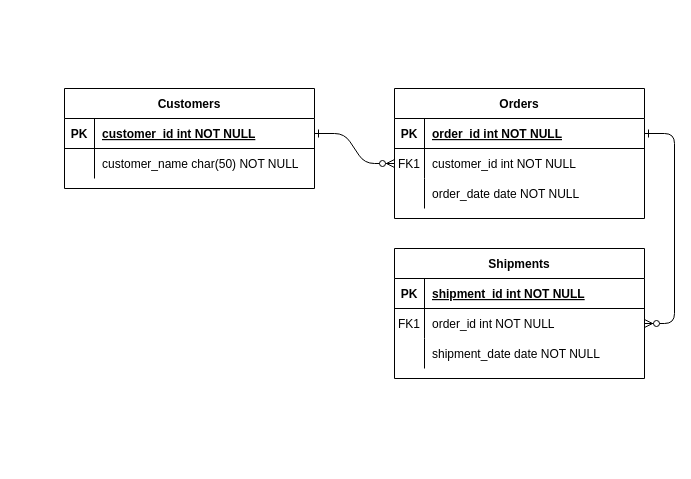
The draw.io diagram Untitled Diagram.drawio in qksl22/Java, before the edit. Source tidied: cells renumbered, new cells numbered last; positions are measured from the earlier drawing's top-left corner, leaving out a move shared by most shapes. Both pictures are drawn from the tidied source at 100%, with x=0, y=0 at pixel (64, 88).
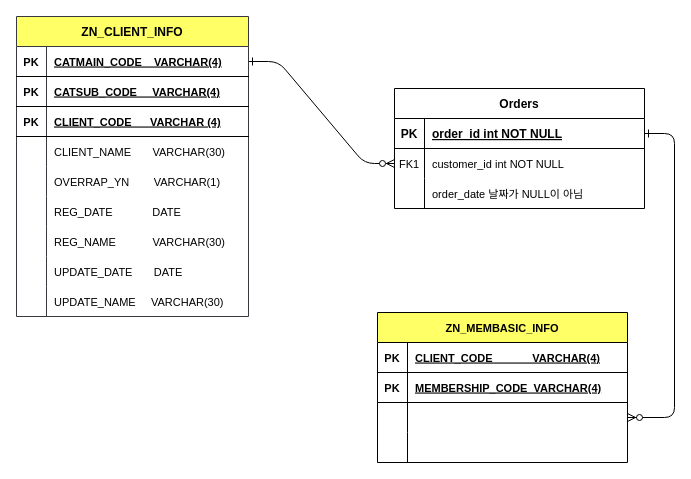
After the change.

The change refers to these unchanged cells:
```xml
<mxCell id="5" style="shape=partialRectangle;fillColor=none;points=[[0,0.5],[1,0.5]];portConstraint=eastwest;top=0;left=0;right=0;bottom=1;" parent="4" vertex="1">
  <mxGeometry y="30" width="250" height="30" as="geometry" />
</mxCell>
```

The edit, as a diff of the source:
```diff
@@
-    <mxCell id="2" style="edgeStyle=entityRelationEdgeStyle;endArrow=ERzeroToMany;startArrow=ERone;endFill=1;startFill=0;" parent="1" edge="1" source="25" target="8">
+    <mxCell id="2" style="edgeStyle=entityRelationEdgeStyle;endArrow=ERzeroToMany;startArrow=ERone;endFill=1;startFill=0;fontSize=11;" parent="1" edge="1" source="25" target="8">
       <mxGeometry relative="1" as="geometry" />
     </mxCell>
-    <mxCell id="3" style="edgeStyle=entityRelationEdgeStyle;endArrow=ERzeroToMany;startArrow=ERone;endFill=1;startFill=0;" parent="1" edge="1" source="5" target="18">
+    <mxCell id="3" style="edgeStyle=entityRelationEdgeStyle;endArrow=ERzeroToMany;startArrow=ERone;endFill=1;startFill=0;fontSize=11;" parent="1" edge="1" source="5" target="18">
       <mxGeometry relative="1" as="geometry" />
     </mxCell>
     <mxCell id="4" value="Orders" style="shape=table;startSize=30;childLayout=tableLayout;rowLines=0;fontStyle=1;align=center;" parent="1" vertex="1">
-      <mxGeometry x="330" width="250" height="130" as="geometry" />
+      <mxGeometry x="330" width="250" height="120" as="geometry" />
     </mxCell>
@@
-    <mxCell id="8" style="shape=partialRectangle;fillColor=none;points=[[0,0.5],[1,0.5]];portConstraint=eastwest;top=0;left=0;right=0;bottom=0;" parent="4" vertex="1">
+    <mxCell id="8" style="shape=partialRectangle;fillColor=none;points=[[0,0.5],[1,0.5]];portConstraint=eastwest;top=0;left=0;right=0;bottom=0;fontSize=11;" parent="4" vertex="1">
       <mxGeometry y="60" width="250" height="30" as="geometry" />
     </mxCell>
-    <mxCell id="9" value="FK1" style="shape=partialRectangle;overflow=hidden;fillColor=none;top=0;left=0;bottom=0;right=0;" parent="8" vertex="1">
+    <mxCell id="9" value="FK1" style="shape=partialRectangle;overflow=hidden;fillColor=none;top=0;left=0;bottom=0;right=0;fontSize=11;" parent="8" vertex="1">
       <mxGeometry width="30" height="30" as="geometry" />
     </mxCell>
-    <mxCell id="10" value="customer_id int NOT NULL" style="shape=partialRectangle;overflow=hidden;fillColor=none;top=0;left=0;bottom=0;right=0;align=left;spacingLeft=6;" parent="8" vertex="1">
+    <mxCell id="10" value="customer_id int NOT NULL" style="shape=partialRectangle;overflow=hidden;fillColor=none;top=0;left=0;bottom=0;right=0;align=left;spacingLeft=6;fontSize=11;" parent="8" vertex="1">
       <mxGeometry x="30" width="220" height="30" as="geometry" />
     </mxCell>
-    <mxCell id="11" style="shape=partialRectangle;fillColor=none;top=0;left=0;right=0;bottom=0;" parent="4" vertex="1">
+    <mxCell id="11" style="shape=partialRectangle;fillColor=none;top=0;left=0;right=0;bottom=0;fontSize=11;" parent="4" vertex="1">
       <mxGeometry y="90" width="250" height="30" as="geometry" />
     </mxCell>
-    <mxCell id="12" style="shape=partialRectangle;overflow=hidden;fillColor=none;top=0;left=0;bottom=0;right=0;" parent="11" vertex="1">
+    <mxCell id="12" style="shape=partialRectangle;overflow=hidden;fillColor=none;top=0;left=0;bottom=0;right=0;fontSize=11;" parent="11" vertex="1">
       <mxGeometry width="30" height="30" as="geometry" />
     </mxCell>
-    <mxCell id="13" value="order_date date NOT NULL" style="shape=partialRectangle;overflow=hidden;fillColor=none;top=0;left=0;bottom=0;right=0;align=left;spacingLeft=6;" parent="11" vertex="1">
+    <mxCell id="13" value="order_date 날짜가 NULL이 아님" style="shape=partialRectangle;overflow=hidden;fillColor=none;top=0;left=0;bottom=0;right=0;align=left;spacingLeft=6;fontSize=11;" parent="11" vertex="1">
       <mxGeometry x="30" width="220" height="30" as="geometry" />
     </mxCell>
-    <mxCell id="14" value="Shipments" style="shape=table;startSize=30;childLayout=tableLayout;rowLines=0;fontStyle=1;align=center;" parent="1" vertex="1">
-      <mxGeometry x="330" y="160" width="250" height="130" as="geometry" />
+    <mxCell id="14" value="ZN_MEMBASIC_INFO" style="shape=table;startSize=30;childLayout=tableLayout;rowLines=0;fontStyle=1;align=center;fontSize=11;fillColor=#FFFF66;" parent="1" vertex="1">
+      <mxGeometry x="313" y="224" width="250" height="150" as="geometry" />
     </mxCell>
-    <mxCell id="15" style="shape=partialRectangle;fillColor=none;top=0;left=0;right=0;bottom=1;" parent="14" vertex="1">
+    <mxCell id="15" style="shape=partialRectangle;fillColor=none;top=0;left=0;right=0;bottom=1;fontSize=11;" parent="14" vertex="1">
       <mxGeometry y="30" width="250" height="30" as="geometry" />
     </mxCell>
-    <mxCell id="16" value="PK" style="shape=partialRectangle;overflow=hidden;fillColor=none;top=0;left=0;bottom=0;right=0;fontStyle=1;" parent="15" vertex="1">
+    <mxCell id="16" value="PK" style="shape=partialRectangle;overflow=hidden;fillColor=none;top=0;left=0;bottom=0;right=0;fontStyle=1;fontSize=11;" parent="15" vertex="1">
       <mxGeometry width="30" height="30" as="geometry" />
     </mxCell>
-    <mxCell id="17" value="shipment_id int NOT NULL " style="shape=partialRectangle;overflow=hidden;fillColor=none;top=0;left=0;bottom=0;right=0;align=left;spacingLeft=6;fontStyle=5;" parent="15" vertex="1">
+    <mxCell id="17" value="CLIENT_CODE             VARCHAR(4)" style="shape=partialRectangle;overflow=hidden;fillColor=none;top=0;left=0;bottom=0;right=0;align=left;spacingLeft=6;fontStyle=5;fontSize=11;" parent="15" vertex="1">
       <mxGeometry x="30" width="220" height="30" as="geometry" />
     </mxCell>
+    <mxCell id="31" style="shape=partialRectangle;fillColor=none;top=0;left=0;right=0;bottom=1;fontSize=11;" parent="14" vertex="1">
+      <mxGeometry y="60" width="250" height="30" as="geometry" />
+    </mxCell>
+    <mxCell id="32" value="PK" style="shape=partialRectangle;overflow=hidden;fillColor=none;top=0;left=0;bottom=0;right=0;fontStyle=1;fontSize=11;" parent="31" vertex="1">
+      <mxGeometry width="30" height="30" as="geometry" />
+    </mxCell>
+    <mxCell id="33" value="MEMBERSHIP_CODE  VARCHAR(4)" style="shape=partialRectangle;overflow=hidden;fillColor=none;top=0;left=0;bottom=0;right=0;align=left;spacingLeft=6;fontStyle=5;fontSize=11;" parent="31" vertex="1">
+      <mxGeometry x="30" width="220" height="30" as="geometry" />
+    </mxCell>
-    <mxCell id="18" style="shape=partialRectangle;fillColor=none;points=[[0,0.5],[1,0.5]];portConstraint=eastwest;top=0;left=0;right=0;bottom=0;" parent="14" vertex="1">
-      <mxGeometry y="60" width="250" height="30" as="geometry" />
+    <mxCell id="18" style="shape=partialRectangle;fillColor=none;points=[[0,0.5],[1,0.5]];portConstraint=eastwest;top=0;left=0;right=0;bottom=0;fontSize=11;" parent="14" vertex="1">
+      <mxGeometry y="90" width="250" height="30" as="geometry" />
     </mxCell>
-    <mxCell id="19" value="FK1" style="shape=partialRectangle;overflow=hidden;fillColor=none;top=0;left=0;bottom=0;right=0;" parent="18" vertex="1">
+    <mxCell id="19" style="shape=partialRectangle;overflow=hidden;fillColor=none;top=0;left=0;bottom=0;right=0;fontSize=11;" parent="18" vertex="1">
       <mxGeometry width="30" height="30" as="geometry" />
     </mxCell>
-    <mxCell id="20" value="order_id int NOT NULL" style="shape=partialRectangle;overflow=hidden;fillColor=none;top=0;left=0;bottom=0;right=0;align=left;spacingLeft=6;" parent="18" vertex="1">
+    <mxCell id="20" style="shape=partialRectangle;overflow=hidden;fillColor=none;top=0;left=0;bottom=0;right=0;align=left;spacingLeft=6;fontSize=11;" parent="18" vertex="1">
       <mxGeometry x="30" width="220" height="30" as="geometry" />
     </mxCell>
-    <mxCell id="21" style="shape=partialRectangle;fillColor=none;top=0;left=0;right=0;bottom=0;" parent="14" vertex="1">
-      <mxGeometry y="90" width="250" height="30" as="geometry" />
+    <mxCell id="21" style="shape=partialRectangle;fillColor=none;top=0;left=0;right=0;bottom=0;fontSize=11;" parent="14" vertex="1">
+      <mxGeometry y="120" width="250" height="30" as="geometry" />
     </mxCell>
-    <mxCell id="22" style="shape=partialRectangle;overflow=hidden;fillColor=none;top=0;left=0;bottom=0;right=0;" parent="21" vertex="1">
+    <mxCell id="22" style="shape=partialRectangle;overflow=hidden;fillColor=none;top=0;left=0;bottom=0;right=0;fontSize=11;" parent="21" vertex="1">
       <mxGeometry width="30" height="30" as="geometry" />
     </mxCell>
-    <mxCell id="23" value="shipment_date date NOT NULL" style="shape=partialRectangle;overflow=hidden;fillColor=none;top=0;left=0;bottom=0;right=0;align=left;spacingLeft=6;" parent="21" vertex="1">
+    <mxCell id="23" style="shape=partialRectangle;overflow=hidden;fillColor=none;top=0;left=0;bottom=0;right=0;align=left;spacingLeft=6;fontSize=11;" parent="21" vertex="1">
       <mxGeometry x="30" width="220" height="30" as="geometry" />
     </mxCell>
-    <mxCell id="24" value="Customers" style="shape=table;startSize=30;childLayout=tableLayout;rowLines=0;fontStyle=1;align=center;" parent="1" vertex="1">
-      <mxGeometry width="250" height="100" as="geometry" />
+    <mxCell id="24" value="ZN_CLIENT_INFO" style="shape=table;startSize=30;childLayout=tableLayout;rowLines=0;fontStyle=1;align=center;fillColor=#FFFF66;strokeColor=#36393d;" parent="1" vertex="1">
+      <mxGeometry x="-48" y="-72" width="232" height="300" as="geometry" />
     </mxCell>
-    <mxCell id="25" style="shape=partialRectangle;fillColor=none;points=[[0,0.5],[1,0.5]];portConstraint=eastwest;top=0;left=0;right=0;bottom=1;" parent="24" vertex="1">
-      <mxGeometry y="30" width="250" height="30" as="geometry" />
+    <mxCell id="25" style="shape=partialRectangle;fillColor=none;points=[[0,0.5],[1,0.5]];portConstraint=eastwest;top=0;left=0;right=0;bottom=1;fontSize=11;" parent="24" vertex="1">
+      <mxGeometry y="30" width="232" height="30" as="geometry" />
     </mxCell>
-    <mxCell id="26" value="PK" style="shape=partialRectangle;overflow=hidden;fillColor=none;top=0;left=0;bottom=0;right=0;fontStyle=1;" parent="25" vertex="1">
+    <mxCell id="26" value="PK" style="shape=partialRectangle;overflow=hidden;fillColor=none;top=0;left=0;bottom=0;right=0;fontStyle=1;fontSize=11;" parent="25" vertex="1">
       <mxGeometry width="30" height="30" as="geometry" />
     </mxCell>
-    <mxCell id="27" value="customer_id int NOT NULL " style="shape=partialRectangle;overflow=hidden;fillColor=none;top=0;left=0;bottom=0;right=0;align=left;spacingLeft=6;fontStyle=5;" parent="25" vertex="1">
-      <mxGeometry x="30" width="220" height="30" as="geometry" />
+    <mxCell id="27" value="CATMAIN_CODE    VARCHAR(4)" style="shape=partialRectangle;overflow=hidden;fillColor=none;top=0;left=0;bottom=0;right=0;align=left;spacingLeft=6;fontStyle=5;fontSize=11;" parent="25" vertex="1">
+      <mxGeometry x="30" width="202" height="30" as="geometry" />
     </mxCell>
+    <mxCell id="34" style="shape=partialRectangle;fillColor=none;top=0;left=0;right=0;bottom=1;fontSize=11;" parent="24" vertex="1">
+      <mxGeometry y="60" width="232" height="30" as="geometry" />
+    </mxCell>
+    <mxCell id="35" value="PK" style="shape=partialRectangle;overflow=hidden;fillColor=none;top=0;left=0;bottom=0;right=0;fontStyle=1;fontSize=11;" parent="34" vertex="1">
+      <mxGeometry width="30" height="30" as="geometry" />
+    </mxCell>
+    <mxCell id="36" value="CATSUB_CODE     VARCHAR(4)" style="shape=partialRectangle;overflow=hidden;fillColor=none;top=0;left=0;bottom=0;right=0;align=left;spacingLeft=6;fontStyle=5;fontSize=11;" parent="34" vertex="1">
+      <mxGeometry x="30" width="202" height="30" as="geometry" />
+    </mxCell>
+    <mxCell id="37" style="shape=partialRectangle;fillColor=none;top=0;left=0;right=0;bottom=1;fontSize=11;" parent="24" vertex="1">
+      <mxGeometry y="90" width="232" height="30" as="geometry" />
+    </mxCell>
+    <mxCell id="38" value="PK" style="shape=partialRectangle;overflow=hidden;fillColor=none;top=0;left=0;bottom=0;right=0;fontStyle=1;fontSize=11;" parent="37" vertex="1">
+      <mxGeometry width="30" height="30" as="geometry" />
+    </mxCell>
+    <mxCell id="39" value="CLIENT_CODE       VARCHAR (4)" style="shape=partialRectangle;overflow=hidden;fillColor=none;top=0;left=0;bottom=0;right=0;align=left;spacingLeft=6;fontStyle=5;fontSize=11;" parent="37" vertex="1">
+      <mxGeometry x="30" width="202" height="30" as="geometry" />
+    </mxCell>
-    <mxCell id="28" style="shape=partialRectangle;fillColor=none;top=0;left=0;right=0;bottom=0;" parent="24" vertex="1">
-      <mxGeometry y="60" width="250" height="30" as="geometry" />
+    <mxCell id="28" style="shape=partialRectangle;fillColor=none;top=0;left=0;right=0;bottom=0;fontSize=11;" parent="24" vertex="1">
+      <mxGeometry y="120" width="232" height="30" as="geometry" />
     </mxCell>
-    <mxCell id="29" style="shape=partialRectangle;overflow=hidden;fillColor=none;top=0;left=0;bottom=0;right=0;" parent="28" vertex="1">
+    <mxCell id="29" style="shape=partialRectangle;overflow=hidden;fillColor=none;top=0;left=0;bottom=0;right=0;fontSize=11;" parent="28" vertex="1">
       <mxGeometry width="30" height="30" as="geometry" />
     </mxCell>
-    <mxCell id="30" value="customer_name char(50) NOT NULL" style="shape=partialRectangle;overflow=hidden;fillColor=none;top=0;left=0;bottom=0;right=0;align=left;spacingLeft=6;" parent="28" vertex="1">
-      <mxGeometry x="30" width="220" height="30" as="geometry" />
+    <mxCell id="30" value="CLIENT_NAME       VARCHAR(30)" style="shape=partialRectangle;overflow=hidden;fillColor=none;top=0;left=0;bottom=0;right=0;align=left;spacingLeft=6;fontSize=11;" parent="28" vertex="1">
+      <mxGeometry x="30" width="202" height="30" as="geometry" />
     </mxCell>
+    <mxCell id="40" style="shape=partialRectangle;fillColor=none;top=0;left=0;right=0;bottom=0;fontSize=11;" parent="24" vertex="1">
+      <mxGeometry y="150" width="232" height="30" as="geometry" />
+    </mxCell>
+    <mxCell id="41" style="shape=partialRectangle;overflow=hidden;fillColor=none;top=0;left=0;bottom=0;right=0;fontSize=11;" parent="40" vertex="1">
+      <mxGeometry width="30" height="30" as="geometry" />
+    </mxCell>
+    <mxCell id="42" value="OVERRAP_YN        VARCHAR(1)" style="shape=partialRectangle;overflow=hidden;fillColor=none;top=0;left=0;bottom=0;right=0;align=left;spacingLeft=6;fontSize=11;" parent="40" vertex="1">
+      <mxGeometry x="30" width="202" height="30" as="geometry" />
+    </mxCell>
+    <mxCell id="43" style="shape=partialRectangle;fillColor=none;top=0;left=0;right=0;bottom=0;fontSize=11;" parent="24" vertex="1">
+      <mxGeometry y="180" width="232" height="30" as="geometry" />
+    </mxCell>
+    <mxCell id="44" style="shape=partialRectangle;overflow=hidden;fillColor=none;top=0;left=0;bottom=0;right=0;fontSize=11;" parent="43" vertex="1">
+      <mxGeometry width="30" height="30" as="geometry" />
+    </mxCell>
+    <mxCell id="45" value="REG_DATE             DATE" style="shape=partialRectangle;overflow=hidden;fillColor=none;top=0;left=0;bottom=0;right=0;align=left;spacingLeft=6;fontSize=11;" parent="43" vertex="1">
+      <mxGeometry x="30" width="202" height="30" as="geometry" />
+    </mxCell>
+    <mxCell id="46" style="shape=partialRectangle;fillColor=none;top=0;left=0;right=0;bottom=0;fontSize=11;" parent="24" vertex="1">
+      <mxGeometry y="210" width="232" height="30" as="geometry" />
+    </mxCell>
+    <mxCell id="47" style="shape=partialRectangle;overflow=hidden;fillColor=none;top=0;left=0;bottom=0;right=0;fontSize=11;" parent="46" vertex="1">
+      <mxGeometry width="30" height="30" as="geometry" />
+    </mxCell>
+    <mxCell id="48" value="REG_NAME            VARCHAR(30)" style="shape=partialRectangle;overflow=hidden;fillColor=none;top=0;left=0;bottom=0;right=0;align=left;spacingLeft=6;fontSize=11;" parent="46" vertex="1">
+      <mxGeometry x="30" width="202" height="30" as="geometry" />
+    </mxCell>
+    <mxCell id="49" style="shape=partialRectangle;fillColor=none;top=0;left=0;right=0;bottom=0;fontSize=11;" parent="24" vertex="1">
+      <mxGeometry y="240" width="232" height="30" as="geometry" />
+    </mxCell>
+    <mxCell id="50" style="shape=partialRectangle;overflow=hidden;fillColor=none;top=0;left=0;bottom=0;right=0;fontSize=11;" parent="49" vertex="1">
+      <mxGeometry width="30" height="30" as="geometry" />
+    </mxCell>
+    <mxCell id="51" value="UPDATE_DATE       DATE" style="shape=partialRectangle;overflow=hidden;fillColor=none;top=0;left=0;bottom=0;right=0;align=left;spacingLeft=6;fontSize=11;" parent="49" vertex="1">
+      <mxGeometry x="30" width="202" height="30" as="geometry" />
+    </mxCell>
+    <mxCell id="52" style="shape=partialRectangle;fillColor=none;top=0;left=0;right=0;bottom=0;fontSize=11;" parent="24" vertex="1">
+      <mxGeometry y="270" width="232" height="30" as="geometry" />
+    </mxCell>
+    <mxCell id="53" style="shape=partialRectangle;overflow=hidden;fillColor=none;top=0;left=0;bottom=0;right=0;fontSize=11;" parent="52" vertex="1">
+      <mxGeometry width="30" height="30" as="geometry" />
+    </mxCell>
+    <mxCell id="54" value="UPDATE_NAME     VARCHAR(30)" style="shape=partialRectangle;overflow=hidden;fillColor=none;top=0;left=0;bottom=0;right=0;align=left;spacingLeft=6;fontSize=11;" parent="52" vertex="1">
+      <mxGeometry x="30" width="202" height="30" as="geometry" />
+    </mxCell>
```
